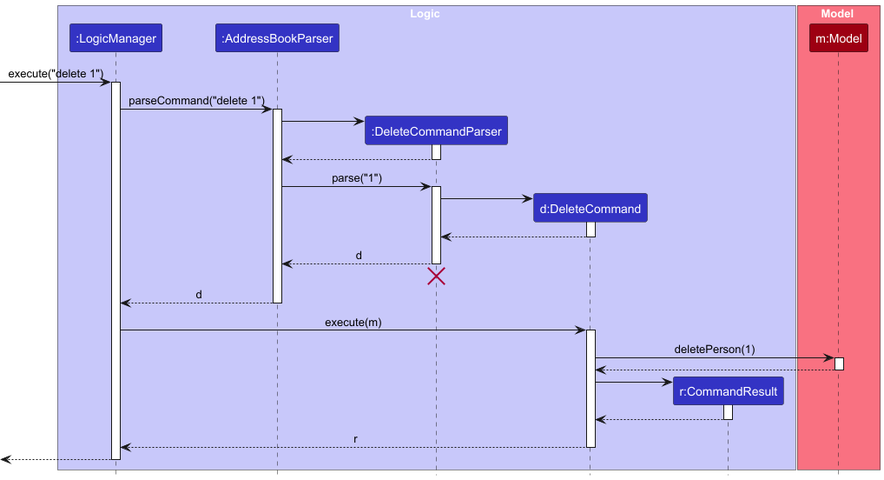
This is docs/images/DeleteSequenceDiagram.png from Eric9010/tp, a PlantUML export, as it was before one commit.
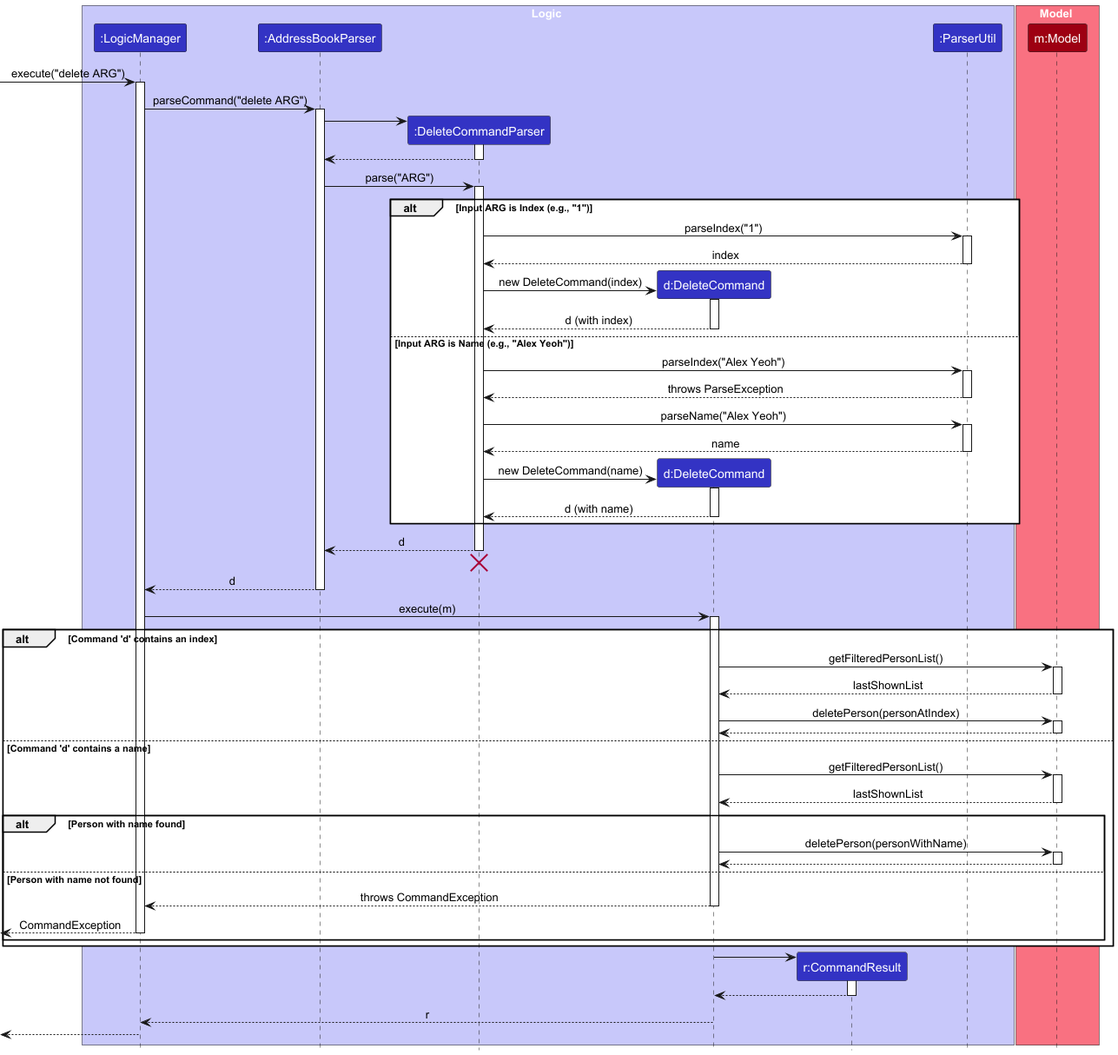
Later version of the same file.

Commit message:
Modify Delete sequence diagram

Diff of the diagram source:
```diff
@@ -8,16 +8,17 @@
 participant ":DeleteCommandParser" as DeleteCommandParser LOGIC_COLOR
 participant "d:DeleteCommand" as DeleteCommand LOGIC_COLOR
 participant "r:CommandResult" as CommandResult LOGIC_COLOR
+participant ":ParserUtil" as ParserUtil LOGIC_COLOR
 end box
 
 box Model MODEL_COLOR_T1
 participant "m:Model" as Model MODEL_COLOR
 end box
 
-[-> LogicManager : execute("delete 1")
+[-> LogicManager : execute("delete ARG")
 activate LogicManager
 
-LogicManager -> AddressBookParser : parseCommand("delete 1")
+LogicManager -> AddressBookParser : parseCommand("delete ARG")
 activate AddressBookParser
 
 create DeleteCommandParser
@@ -27,15 +28,35 @@
 DeleteCommandParser --> AddressBookParser
 deactivate DeleteCommandParser
 
-AddressBookParser -> DeleteCommandParser : parse("1")
+AddressBookParser -> DeleteCommandParser : parse("ARG")
 activate DeleteCommandParser
 
-create DeleteCommand
-DeleteCommandParser -> DeleteCommand
-activate DeleteCommand
+alt Input ARG is Index (e.g., "1")
+    DeleteCommandParser -> ParserUtil : parseIndex("1")
+    activate ParserUtil
+    ParserUtil --> DeleteCommandParser : index
+    deactivate ParserUtil
+    create DeleteCommand
+    DeleteCommandParser -> DeleteCommand : new DeleteCommand(index)
+    activate DeleteCommand
+    DeleteCommand --> DeleteCommandParser : d (with index)
+    deactivate DeleteCommand
 
-DeleteCommand --> DeleteCommandParser :
-deactivate DeleteCommand
+else Input ARG is Name (e.g., "Alex Yeoh")
+    DeleteCommandParser -> ParserUtil : parseIndex("Alex Yeoh")
+    activate ParserUtil
+    ParserUtil --> DeleteCommandParser : throws ParseException
+    deactivate ParserUtil
+    DeleteCommandParser -> ParserUtil : parseName("Alex Yeoh")
+    activate ParserUtil
+    ParserUtil --> DeleteCommandParser : name
+    deactivate ParserUtil
+    create DeleteCommand
+    DeleteCommandParser -> DeleteCommand : new DeleteCommand(name)
+    activate DeleteCommand
+    DeleteCommand --> DeleteCommandParser : d (with name)
+    deactivate DeleteCommand
+end
 
 DeleteCommandParser --> AddressBookParser : d
 deactivate DeleteCommandParser
@@ -48,11 +69,33 @@
 LogicManager -> DeleteCommand : execute(m)
 activate DeleteCommand
 
-DeleteCommand -> Model : deletePerson(1)
-activate Model
+alt Command 'd' contains an index
+    DeleteCommand -> Model : getFilteredPersonList()
+    activate Model
+    Model --> DeleteCommand : lastShownList
+    deactivate Model
+    DeleteCommand -> Model : deletePerson(personAtIndex)
+    activate Model
+    Model --> DeleteCommand
+    deactivate Model
 
-Model --> DeleteCommand
-deactivate Model
+else Command 'd' contains a name
+    DeleteCommand -> Model : getFilteredPersonList()
+    activate Model
+    Model --> DeleteCommand : lastShownList
+    deactivate Model
+    alt Person with name found
+        DeleteCommand -> Model : deletePerson(personWithName)
+        activate Model
+        Model --> DeleteCommand
+        deactivate Model
+    else Person with name not found
+        DeleteCommand --> LogicManager : throws CommandException
+        deactivate DeleteCommand
+        [<-- LogicManager : CommandException
+        deactivate LogicManager
+    end
+end
 
 create CommandResult
 DeleteCommand -> CommandResult
```
